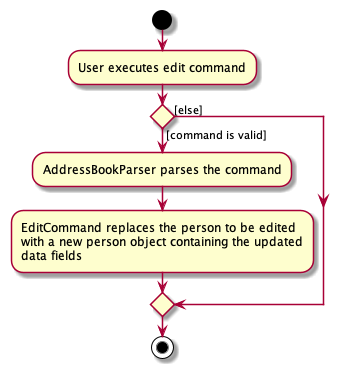
This is docs/images/EditActivityDiagram.png from pranav-ganesh/tp, a PlantUML export, as it was before one commit.
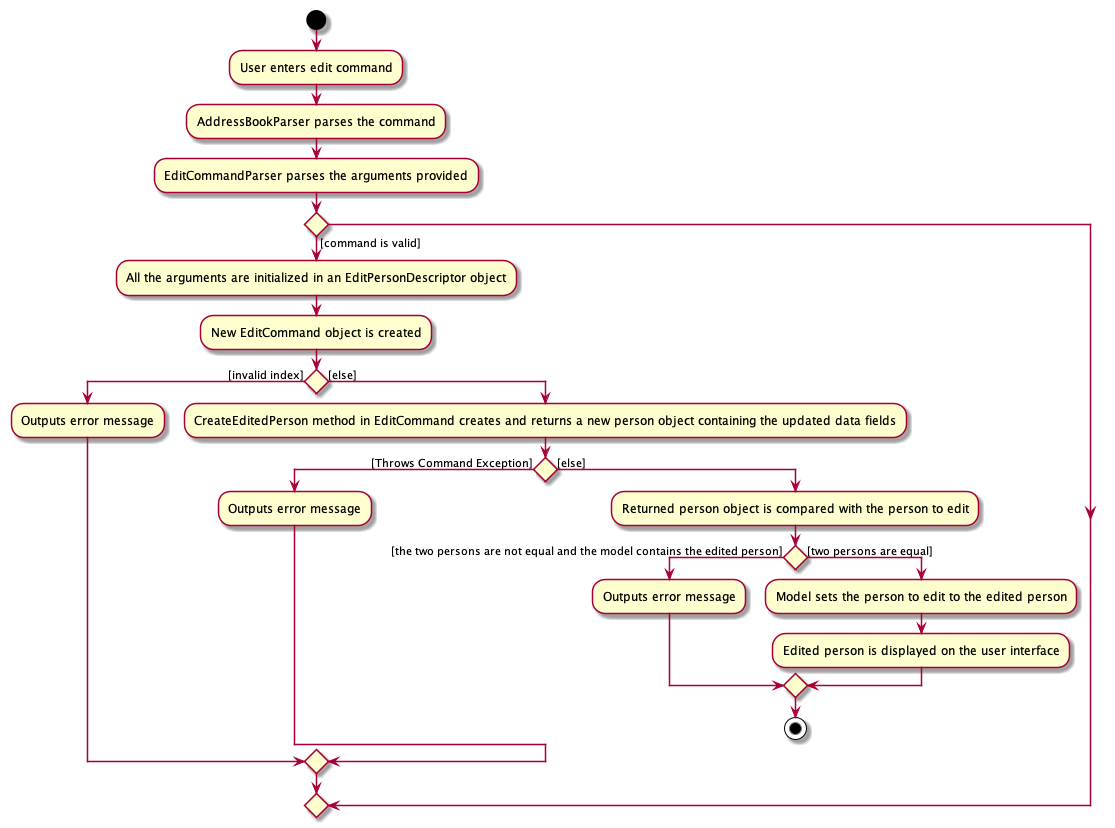
After the commit.

The edit, as a diff of the source:
```diff
@@ -1,14 +1,27 @@
 @startuml
+
 start
-:User executes edit command;
+:User enters edit command;
+:AddressBookParser parses the command;
+:EditCommandParser parses the arguments provided;
+if () then ([command is valid])
+  :All the arguments are initialized in an EditPersonDescriptor object;
+  :New EditCommand object is created;
+  if() then ([invalid index])
+    :Outputs error message;
+    else ([else])
+    :CreateEditedPerson method in EditCommand creates and returns a new person object containing the updated data fields;
+    if() then ([Throws Command Exception])
+      :Outputs error message;
+      else ([else])
+      :Returned person object is compared with the person to edit;
+      if() then ([the two persons are not equal and the model contains the edited person])
+        :Outputs error message;
+        else ([two persons are equal])
+        :Model sets the person to edit to the edited person;
+        :Edited person is displayed on the user interface;
+endif
 
+stop
 
-if () then ([command is valid])
-    :AddressBookParser parses the command;
-    :EditCommand replaces the person to be edited
-    with a new person object containing the updated
-    data fields;
-else ([else])
-endif
-stop
 @enduml
```
